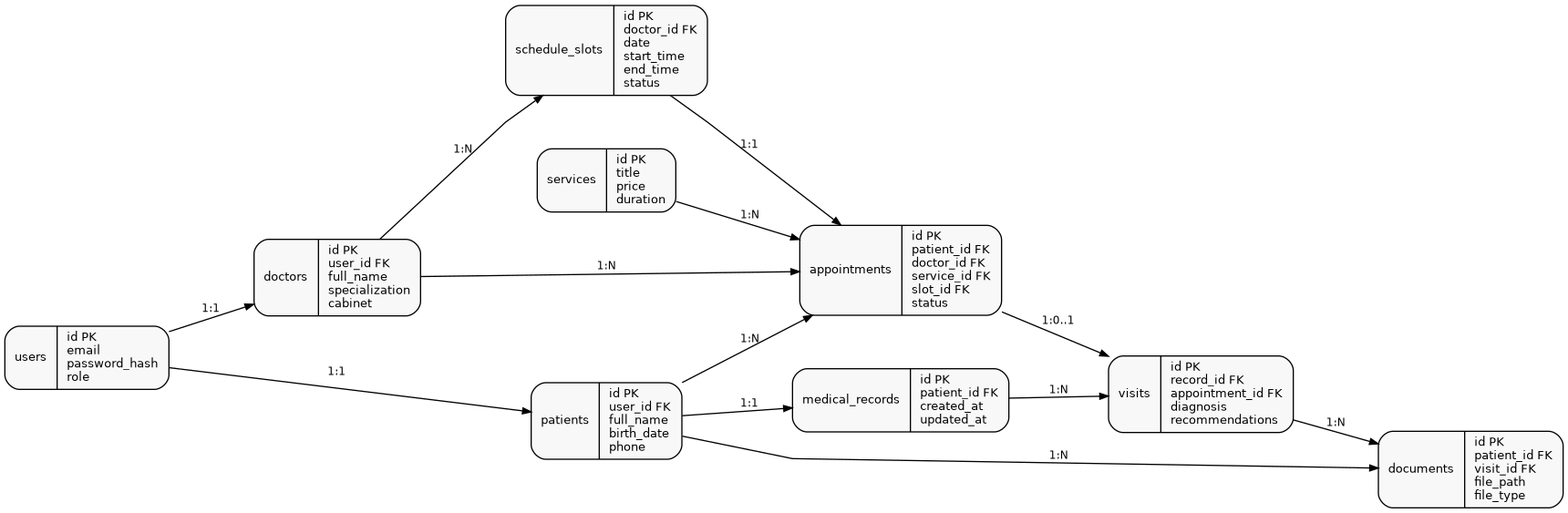
Before: images/er_diagram.png, a diagram exported from Graphviz (ZZAY-GIT/web-course-work). Its source is kept beside it as images/er_diagram.dot.
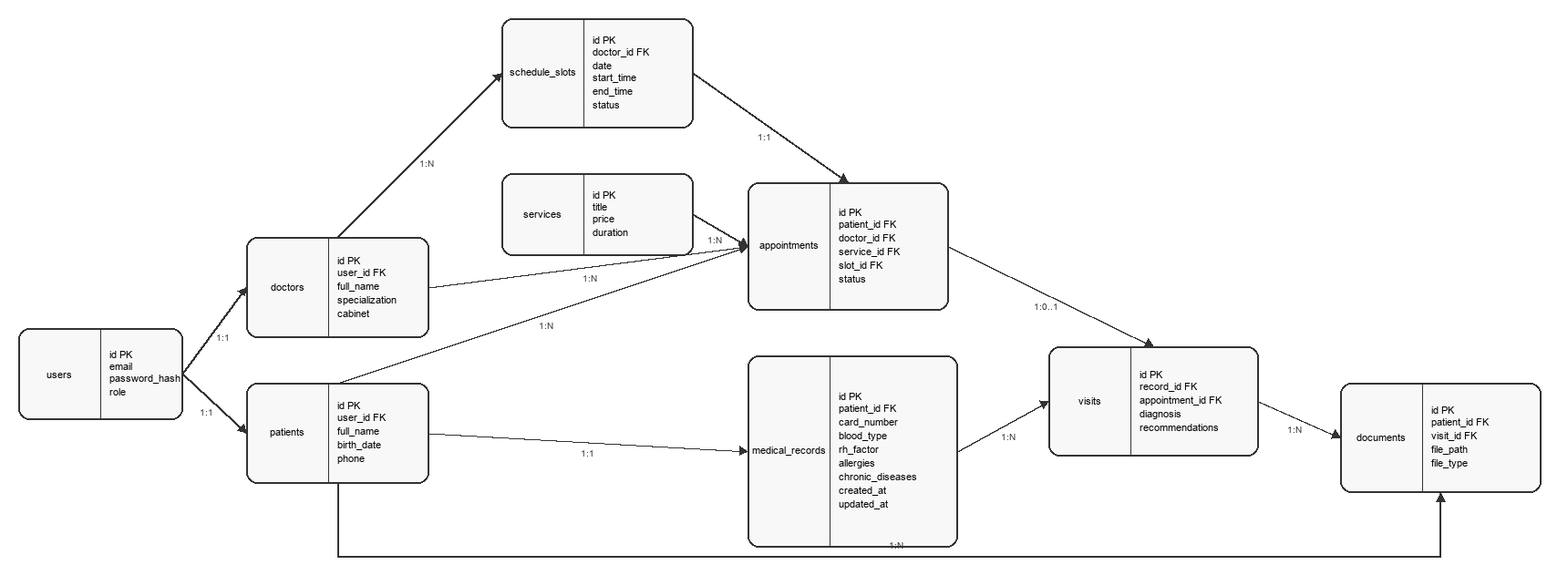
The same file after the commit.

The edit, as a diff of the source:
```diff
@@ -9,7 +9,7 @@
   services [label="{services|id PK\ltitle\lprice\lduration\l}"];
   slots [label="{schedule_slots|id PK\ldoctor_id FK\ldate\lstart_time\lend_time\lstatus\l}"];
   appointments [label="{appointments|id PK\lpatient_id FK\ldoctor_id FK\lservice_id FK\lslot_id FK\lstatus\l}"];
-  records [label="{medical_records|id PK\lpatient_id FK\lcreated_at\lupdated_at\l}"];
+  records [label="{medical_records|id PK\lpatient_id FK\lcard_number\lblood_type\lrh_factor\lallergies\lchronic_diseases\lcreated_at\lupdated_at\l}"];
   visits [label="{visits|id PK\lrecord_id FK\lappointment_id FK\ldiagnosis\lrecommendations\l}"];
   documents [label="{documents|id PK\lpatient_id FK\lvisit_id FK\lfile_path\lfile_type\l}"];
 
```
